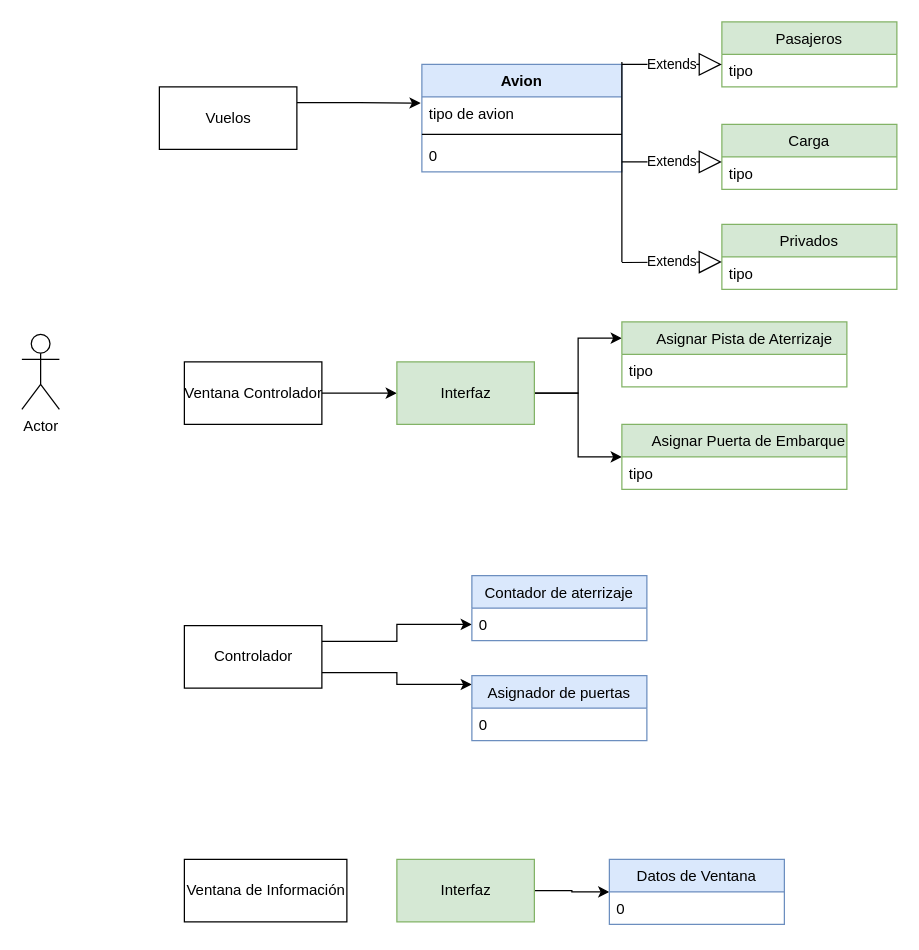
The draw.io diagram Diagrama proyecto 2.drawio in CarlosArango33/Proyecto2_POO, before the edit. Source tidied: cells renumbered, new cells numbered last; positions are measured from the earlier drawing's top-left corner, leaving out a move shared by most shapes. Both pictures are drawn from the tidied source at 125%, with x=0, y=0 at pixel (21, 21).
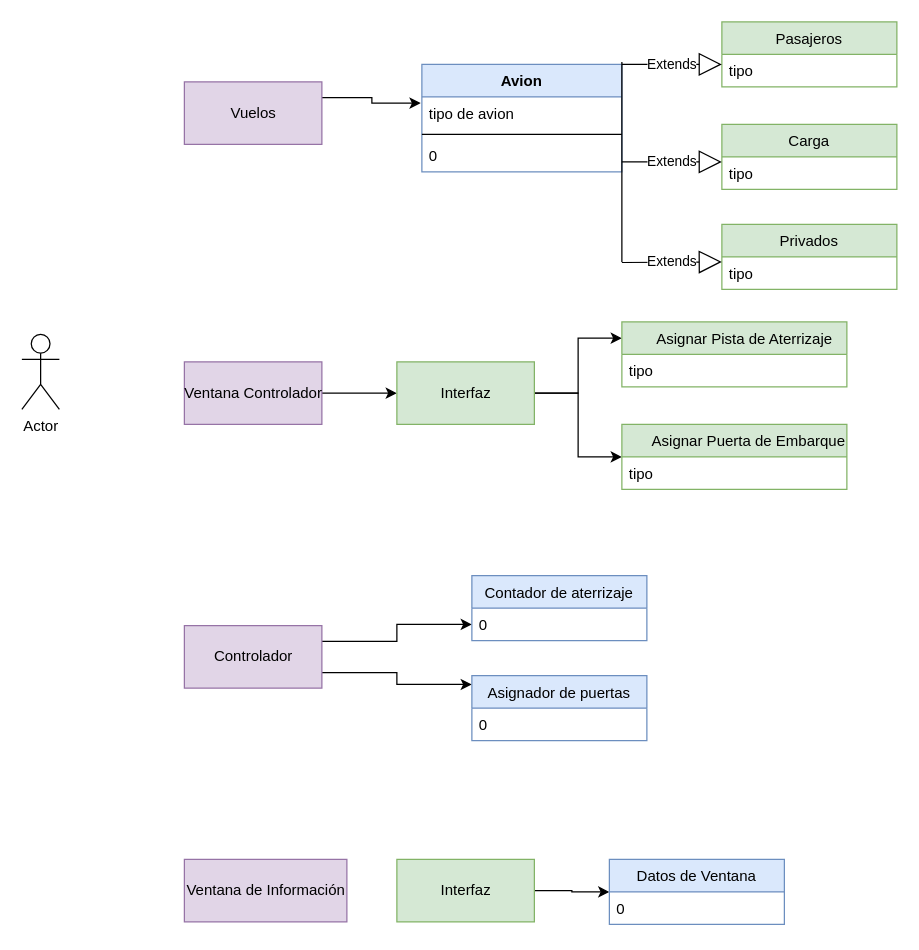
After the change.

Diff of the diagram source:
```diff
@@
-    <mxCell id="4" value="Vuelos" style="html=1;" parent="1" vertex="1">
-      <mxGeometry x="110" y="52" width="110" height="50" as="geometry" />
+    <mxCell id="4" value="Vuelos" style="html=1;fillColor=#e1d5e7;strokeColor=#9673a6;" parent="1" vertex="1">
+      <mxGeometry x="130" y="48" width="110" height="50" as="geometry" />
     </mxCell>
@@
-    <mxCell id="6" value="Ventana Controlador" style="html=1;" parent="1" vertex="1">
+    <mxCell id="6" value="Ventana Controlador" style="html=1;fillColor=#e1d5e7;strokeColor=#9673a6;" parent="1" vertex="1">
       <mxGeometry x="130" y="272" width="110" height="50" as="geometry" />
     </mxCell>
@@
-    <mxCell id="9" value="Controlador" style="html=1;" parent="1" vertex="1">
+    <mxCell id="9" value="Controlador" style="html=1;fillColor=#e1d5e7;strokeColor=#9673a6;" parent="1" vertex="1">
       <mxGeometry x="130" y="483" width="110" height="50" as="geometry" />
     </mxCell>
-    <mxCell id="10" value="Ventana de Información" style="html=1;" parent="1" vertex="1">
+    <mxCell id="10" value="Ventana de Información" style="html=1;fillColor=#e1d5e7;strokeColor=#9673a6;" parent="1" vertex="1">
       <mxGeometry x="130" y="670" width="130" height="50" as="geometry" />
     </mxCell>
```
